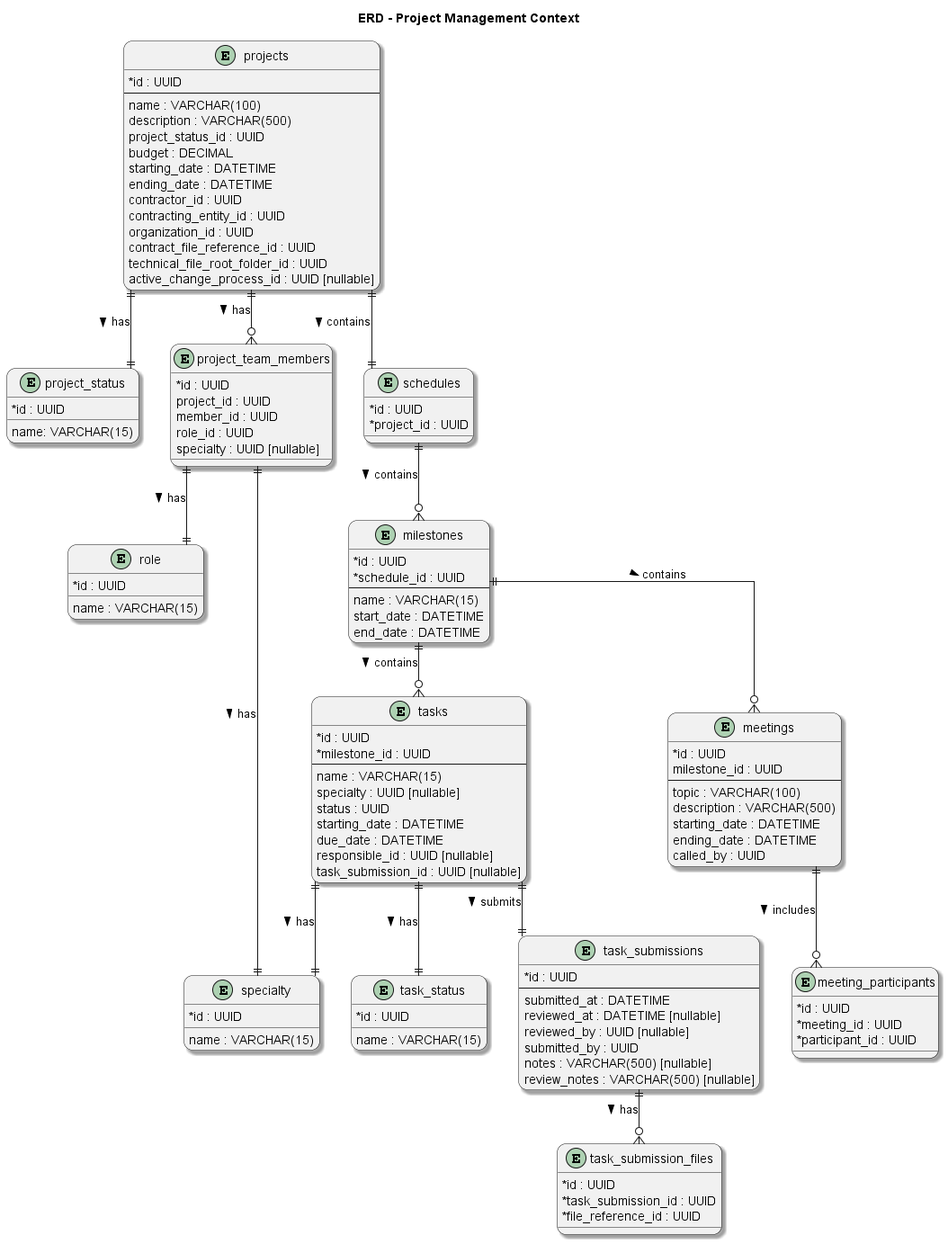
Before: img/chapter4/db/projects.png, a diagram exported from PlantUML (GalaxiaWonder-OpenSource/ProjectReport). Source of this version:
```plantuml
@startuml
skinparam monochrome false
skinparam classAttributeIconSize 0
skinparam linetype ortho
skinparam roundcorner 20
skinparam shadowing true

title ERD - Project Management Context

entity projects {
  * id : UUID
  --
  name : VARCHAR(100)
  description : VARCHAR(500)
  project_status_id : UUID
  budget : DECIMAL
  starting_date : DATETIME
  ending_date : DATETIME
  contractor_id : UUID
  contracting_entity_id : UUID
  organization_id : UUID
  contract_file_reference_id : UUID
  technical_file_root_folder_id : UUID
  active_change_process_id : UUID [nullable]
}

entity project_status{
    *id : UUID
    name: VARCHAR(15)
}

entity project_team_members {
  * id : UUID
  project_id : UUID
  member_id : UUID
  role_id : UUID
  specialty : UUID [nullable]
}

entity role {
    * id : UUID
    name : VARCHAR(15)
}

entity specialty {
    * id : UUID
    name : VARCHAR(15)
}

entity schedules {
  * id : UUID
  * project_id : UUID
}

entity milestones {
  * id : UUID
  * schedule_id : UUID
  --
  name : VARCHAR(15)
  start_date : DATETIME
  end_date : DATETIME
}

entity tasks {
  * id : UUID
  * milestone_id : UUID
  --
  name : VARCHAR(15)
  specialty : UUID [nullable]
  status : UUID
  starting_date : DATETIME
  due_date : DATETIME
  responsible_id : UUID [nullable]
  task_submission_id : UUID [nullable]
}

entity task_status {
  * id : UUID
  name : VARCHAR(15)
}

entity meetings {
  * id : UUID
  milestone_id : UUID
  --
  topic : VARCHAR(100)
  description : VARCHAR(500)
  starting_date : DATETIME
  ending_date : DATETIME
  called_by : UUID
}

entity meeting_participants {
  * id : UUID
  * meeting_id : UUID
  * participant_id : UUID
}

entity task_submissions {
  * id : UUID
  --
  submitted_at : DATETIME
  reviewed_at : DATETIME [nullable]
  reviewed_by : UUID [nullable]
  submitted_by : UUID
  notes : VARCHAR(500) [nullable]
  review_notes : VARCHAR(500) [nullable]
}

entity task_submission_files {
  * id : UUID
  * task_submission_id : UUID
  * file_reference_id : UUID
}

projects ||--o{ project_team_members : has >
projects ||--|| schedules : contains >
schedules ||--o{ milestones : contains >
milestones ||--o{ tasks : contains >
milestones ||--o{ meetings : contains >
meetings ||--o{ meeting_participants : includes >
tasks ||--|| task_submissions : submits >
task_submissions ||--o{ task_submission_files : has >
projects ||--|| project_status : has >
project_team_members ||--|| role : has >
project_team_members ||--|| specialty : has >
tasks ||--|| specialty : has >
tasks ||--|| task_status : has >
@enduml
```
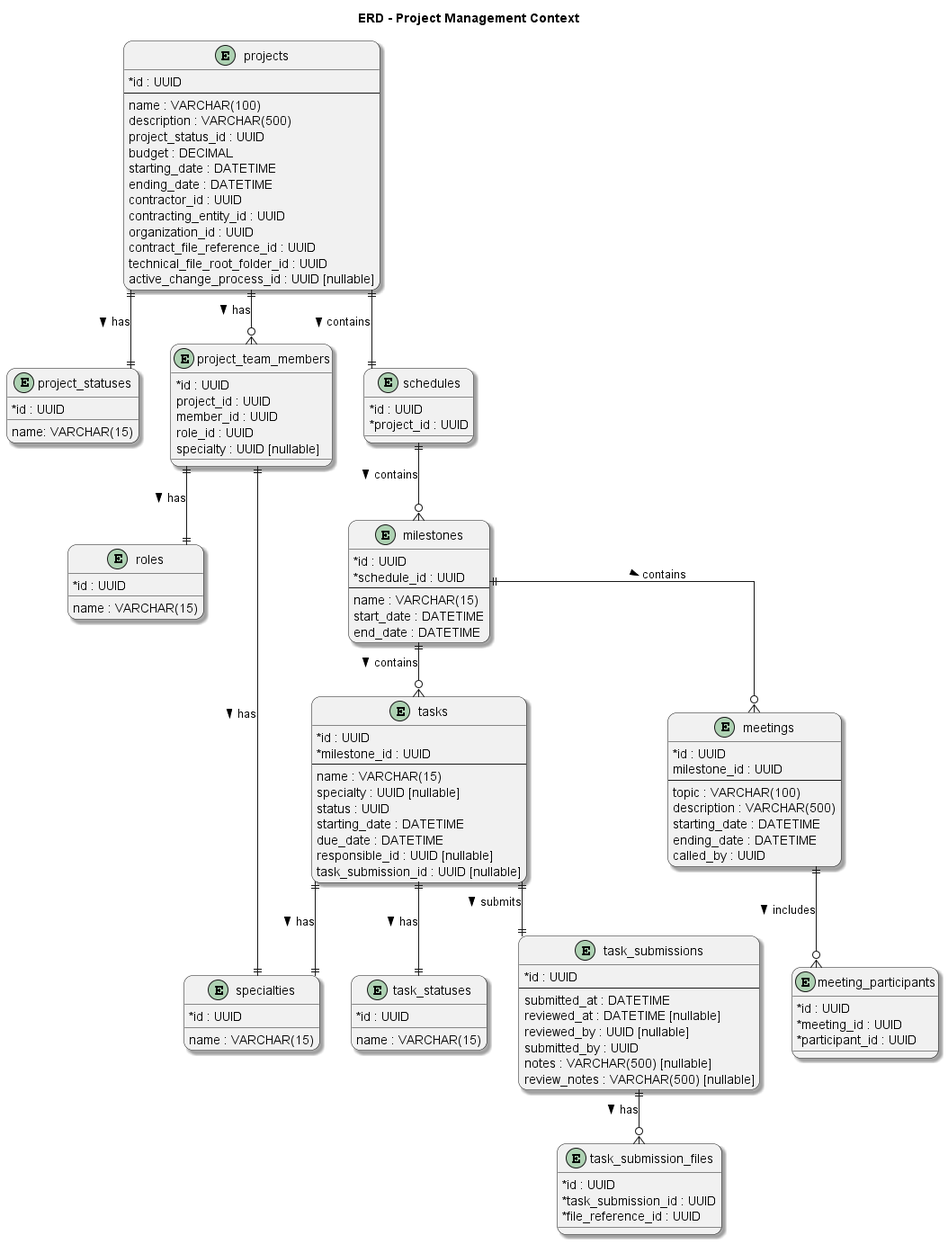
After the commit.

What changed in the source:
```diff
@@ -24,7 +24,7 @@
   active_change_process_id : UUID [nullable]
 }
 
-entity project_status{
+entity project_statuses{
     *id : UUID
     name: VARCHAR(15)
 }
@@ -37,12 +37,12 @@
   specialty : UUID [nullable]
 }
 
-entity role {
+entity roles {
     * id : UUID
     name : VARCHAR(15)
 }
 
-entity specialty {
+entity specialties {
     * id : UUID
     name : VARCHAR(15)
 }
@@ -74,7 +74,7 @@
   task_submission_id : UUID [nullable]
 }
 
-entity task_status {
+entity task_statuses {
   * id : UUID
   name : VARCHAR(15)
 }
@@ -121,9 +121,9 @@
 meetings ||--o{ meeting_participants : includes >
 tasks ||--|| task_submissions : submits >
 task_submissions ||--o{ task_submission_files : has >
-projects ||--|| project_status : has >
-project_team_members ||--|| role : has >
-project_team_members ||--|| specialty : has >
-tasks ||--|| specialty : has >
-tasks ||--|| task_status : has >
+projects ||--|| project_statuses : has >
+project_team_members ||--|| roles : has >
+project_team_members ||--|| specialties : has >
+tasks ||--|| specialties : has >
+tasks ||--|| task_statuses : has >
 @enduml
```
